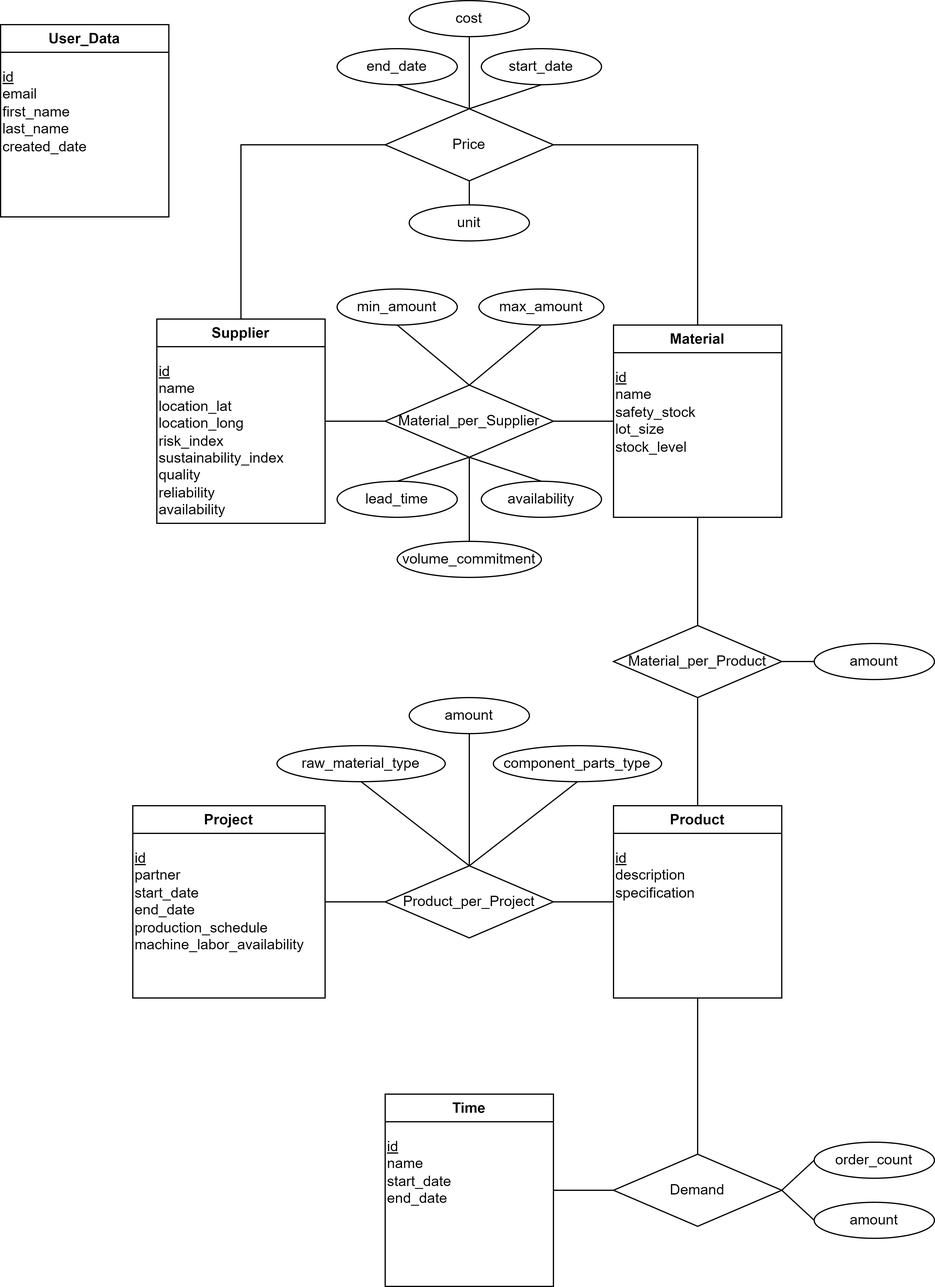
Earlier version of the draw.io export documentation/UML.drawio.png (DERBersk/batteryapi). Source tidied: cells renumbered, new cells last; positions are measured from the earlier drawing's top-left corner, leaving out a move shared by most shapes. Its diagram source:
```xml
<mxGraphModel>
  <root>
    <mxCell id="0" />
    <mxCell id="1" parent="0" />
    <mxCell id="2" value="Supplier" style="swimlane;whiteSpace=wrap;html=1;" parent="1" vertex="1">
      <mxGeometry x="130" y="265" width="140" height="170" as="geometry" />
    </mxCell>
    <mxCell id="3" value="&lt;u&gt;id&lt;br&gt;&lt;/u&gt;name&lt;br&gt;&lt;div style=&quot;&quot;&gt;&lt;span style=&quot;background-color: initial;&quot;&gt;location_lat&lt;/span&gt;&lt;/div&gt;&lt;div style=&quot;&quot;&gt;&lt;span style=&quot;background-color: initial;&quot;&gt;location_long&lt;/span&gt;&lt;/div&gt;&lt;div style=&quot;&quot;&gt;&lt;span style=&quot;background-color: initial;&quot;&gt;risk_index&lt;/span&gt;&lt;/div&gt;&lt;div style=&quot;&quot;&gt;&lt;span style=&quot;background-color: initial;&quot;&gt;sustainability_index&lt;/span&gt;&lt;/div&gt;&lt;div style=&quot;&quot;&gt;&lt;span style=&quot;background-color: initial;&quot;&gt;quality&lt;/span&gt;&lt;/div&gt;&lt;div style=&quot;&quot;&gt;&lt;span style=&quot;background-color: initial;&quot;&gt;reliability&lt;/span&gt;&lt;/div&gt;&lt;div style=&quot;&quot;&gt;&lt;span style=&quot;background-color: initial;&quot;&gt;availability&lt;/span&gt;&lt;/div&gt;" style="text;html=1;align=left;verticalAlign=top;strokeColor=none;fillColor=none;" parent="2" vertex="1">
      <mxGeometry y="30" width="130" height="140" as="geometry" />
    </mxCell>
    <mxCell id="4" value="Material" style="swimlane;whiteSpace=wrap;html=1;" parent="1" vertex="1">
      <mxGeometry x="510" y="270" width="140" height="160" as="geometry" />
    </mxCell>
    <mxCell id="5" value="&lt;u&gt;id&lt;br&gt;&lt;/u&gt;name&lt;br&gt;&lt;div style=&quot;&quot;&gt;safety_stock&lt;/div&gt;&lt;div style=&quot;&quot;&gt;lot_size&lt;/div&gt;&lt;div style=&quot;&quot;&gt;stock_level&lt;/div&gt;" style="text;html=1;align=left;verticalAlign=top;strokeColor=none;fillColor=none;" parent="4" vertex="1">
      <mxGeometry y="30" width="90" height="90" as="geometry" />
    </mxCell>
    <mxCell id="6" value="Product" style="swimlane;whiteSpace=wrap;html=1;" parent="1" vertex="1">
      <mxGeometry x="510" y="670" width="140" height="160" as="geometry" />
    </mxCell>
    <mxCell id="7" value="&lt;u&gt;id&lt;br&gt;&lt;/u&gt;description&lt;br&gt;specification" style="text;html=1;align=left;verticalAlign=top;strokeColor=none;fillColor=none;" parent="6" vertex="1">
      <mxGeometry y="30" width="90" height="60" as="geometry" />
    </mxCell>
    <mxCell id="8" value="Project" style="swimlane;whiteSpace=wrap;html=1;" parent="1" vertex="1">
      <mxGeometry x="110" y="670" width="160" height="160" as="geometry" />
    </mxCell>
    <mxCell id="9" value="&lt;u&gt;id&lt;br&gt;&lt;/u&gt;partner&lt;br&gt;start_date&lt;br&gt;end_date&lt;br&gt;production_schedule&lt;br&gt;machine_labor_availability" style="text;html=1;align=left;verticalAlign=top;strokeColor=none;fillColor=none;" parent="8" vertex="1">
      <mxGeometry y="30" width="160" height="100" as="geometry" />
    </mxCell>
    <mxCell id="10" value="Price" style="rhombus;whiteSpace=wrap;html=1;" parent="1" vertex="1">
      <mxGeometry x="320" y="90" width="140" height="60" as="geometry" />
    </mxCell>
    <mxCell id="11" value="Material_per_Supplier" style="rhombus;whiteSpace=wrap;html=1;" parent="1" vertex="1">
      <mxGeometry x="320" y="320" width="140" height="60" as="geometry" />
    </mxCell>
    <mxCell id="12" value="Material_per_Product" style="rhombus;whiteSpace=wrap;html=1;" parent="1" vertex="1">
      <mxGeometry x="510" y="520" width="140" height="60" as="geometry" />
    </mxCell>
    <mxCell id="13" value="Product_per_Project" style="rhombus;whiteSpace=wrap;html=1;" parent="1" vertex="1">
      <mxGeometry x="320" y="720" width="140" height="60" as="geometry" />
    </mxCell>
    <mxCell id="14" value="User_Data" style="swimlane;whiteSpace=wrap;html=1;" parent="1" vertex="1">
      <mxGeometry y="20" width="140" height="160" as="geometry" />
    </mxCell>
    <mxCell id="15" value="&lt;u&gt;id&lt;br&gt;&lt;/u&gt;email&lt;br&gt;first_name&lt;br&gt;last_name&lt;br&gt;created_date" style="text;html=1;align=left;verticalAlign=top;strokeColor=none;fillColor=none;" parent="14" vertex="1">
      <mxGeometry y="30" width="90" height="90" as="geometry" />
    </mxCell>
    <mxCell id="16" value="Time" style="swimlane;whiteSpace=wrap;html=1;" parent="1" vertex="1">
      <mxGeometry x="320" y="910" width="140" height="160" as="geometry" />
    </mxCell>
    <mxCell id="17" value="&lt;u&gt;id&lt;br&gt;&lt;/u&gt;name&lt;br&gt;start_date&lt;br&gt;end_date" style="text;html=1;align=left;verticalAlign=top;strokeColor=none;fillColor=none;" parent="16" vertex="1">
      <mxGeometry y="30" width="80" height="70" as="geometry" />
    </mxCell>
    <mxCell id="18" value="Demand" style="rhombus;whiteSpace=wrap;html=1;" parent="1" vertex="1">
      <mxGeometry x="510" y="960" width="140" height="60" as="geometry" />
    </mxCell>
    <mxCell id="19" style="endArrow=none;html=1;rounded=0;entryX=0;entryY=0.5;entryDx=0;entryDy=0;exitX=1;exitY=0.5;exitDx=0;exitDy=0;" parent="1" edge="1" source="8" target="13">
      <mxGeometry relative="1" as="geometry" />
    </mxCell>
    <mxCell id="20" style="endArrow=none;html=1;rounded=0;exitX=1;exitY=0.5;exitDx=0;exitDy=0;entryX=0;entryY=0.5;entryDx=0;entryDy=0;" parent="1" edge="1" source="13" target="6">
      <mxGeometry relative="1" as="geometry" />
    </mxCell>
    <mxCell id="21" style="endArrow=none;html=1;rounded=0;exitX=0.5;exitY=1;exitDx=0;exitDy=0;entryX=0.5;entryY=0;entryDx=0;entryDy=0;" parent="1" edge="1" source="6" target="18">
      <mxGeometry relative="1" as="geometry" />
    </mxCell>
    <mxCell id="22" style="endArrow=none;html=1;rounded=0;exitX=0;exitY=0.5;exitDx=0;exitDy=0;entryX=1;entryY=0.5;entryDx=0;entryDy=0;" parent="1" edge="1" source="18" target="16">
      <mxGeometry relative="1" as="geometry" />
    </mxCell>
    <mxCell id="23" style="endArrow=none;html=1;rounded=0;exitX=0.5;exitY=1;exitDx=0;exitDy=0;entryX=0.5;entryY=0;entryDx=0;entryDy=0;" parent="1" edge="1" source="12" target="6">
      <mxGeometry relative="1" as="geometry" />
    </mxCell>
    <mxCell id="24" style="endArrow=none;html=1;rounded=0;exitX=0.5;exitY=1;exitDx=0;exitDy=0;entryX=0.5;entryY=0;entryDx=0;entryDy=0;" parent="1" edge="1" source="4" target="12">
      <mxGeometry relative="1" as="geometry" />
    </mxCell>
    <mxCell id="25" style="endArrow=none;html=1;rounded=0;exitX=1;exitY=0.5;exitDx=0;exitDy=0;entryX=0;entryY=0.5;entryDx=0;entryDy=0;" parent="1" edge="1" source="11" target="4">
      <mxGeometry relative="1" as="geometry" />
    </mxCell>
    <mxCell id="26" style="endArrow=none;html=1;rounded=0;exitX=0;exitY=0.5;exitDx=0;exitDy=0;entryX=1;entryY=0.5;entryDx=0;entryDy=0;" parent="1" edge="1" source="11" target="2">
      <mxGeometry relative="1" as="geometry" />
    </mxCell>
    <mxCell id="27" style="endArrow=none;html=1;rounded=0;exitX=0;exitY=0.5;exitDx=0;exitDy=0;entryX=0.5;entryY=0;entryDx=0;entryDy=0;" parent="1" edge="1" source="10" target="2">
      <mxGeometry relative="1" as="geometry">
        <Array as="points">
          <mxPoint x="200" y="120" />
        </Array>
      </mxGeometry>
    </mxCell>
    <mxCell id="28" style="endArrow=none;html=1;rounded=0;exitX=0.5;exitY=0;exitDx=0;exitDy=0;entryX=1;entryY=0.5;entryDx=0;entryDy=0;" parent="1" edge="1" source="4" target="10">
      <mxGeometry relative="1" as="geometry">
        <Array as="points">
          <mxPoint x="580" y="120" />
        </Array>
      </mxGeometry>
    </mxCell>
    <mxCell id="29" value="lead_time" style="ellipse;whiteSpace=wrap;html=1;" parent="1" vertex="1">
      <mxGeometry x="280" y="400" width="100" height="30" as="geometry" />
    </mxCell>
    <mxCell id="30" value="availability" style="ellipse;whiteSpace=wrap;html=1;" parent="1" vertex="1">
      <mxGeometry x="400" y="400" width="100" height="30" as="geometry" />
    </mxCell>
    <mxCell id="31" style="endArrow=none;html=1;rounded=0;entryX=0.5;entryY=1;entryDx=0;entryDy=0;exitX=0.5;exitY=0;exitDx=0;exitDy=0;" parent="1" edge="1" source="29" target="11">
      <mxGeometry relative="1" as="geometry" />
    </mxCell>
    <mxCell id="32" style="endArrow=none;html=1;rounded=0;entryX=0.5;entryY=1;entryDx=0;entryDy=0;exitX=0.5;exitY=0;exitDx=0;exitDy=0;" parent="1" edge="1" source="30" target="11">
      <mxGeometry relative="1" as="geometry" />
    </mxCell>
    <mxCell id="33" value="amount" style="ellipse;whiteSpace=wrap;html=1;" parent="1" vertex="1">
      <mxGeometry x="677" y="535" width="100" height="30" as="geometry" />
    </mxCell>
    <mxCell id="34" style="endArrow=none;html=1;rounded=0;entryX=0;entryY=0.5;entryDx=0;entryDy=0;exitX=1;exitY=0.5;exitDx=0;exitDy=0;" parent="1" edge="1" source="12" target="33">
      <mxGeometry relative="1" as="geometry" />
    </mxCell>
    <mxCell id="35" style="endArrow=none;html=1;rounded=0;entryX=0.5;entryY=0;entryDx=0;entryDy=0;exitX=0.5;exitY=1;exitDx=0;exitDy=0;" parent="1" edge="1" source="36" target="10">
      <mxGeometry relative="1" as="geometry" />
    </mxCell>
    <mxCell id="36" value="start_date" style="ellipse;whiteSpace=wrap;html=1;" parent="1" vertex="1">
      <mxGeometry x="400" y="40" width="100" height="30" as="geometry" />
    </mxCell>
    <mxCell id="37" value="end_date" style="ellipse;whiteSpace=wrap;html=1;" parent="1" vertex="1">
      <mxGeometry x="280" y="40" width="100" height="30" as="geometry" />
    </mxCell>
    <mxCell id="38" value="cost" style="ellipse;whiteSpace=wrap;html=1;" parent="1" vertex="1">
      <mxGeometry x="340" width="100" height="30" as="geometry" />
    </mxCell>
    <mxCell id="39" style="endArrow=none;html=1;rounded=0;entryX=0.5;entryY=0;entryDx=0;entryDy=0;exitX=0.5;exitY=1;exitDx=0;exitDy=0;" parent="1" edge="1" source="38" target="10">
      <mxGeometry relative="1" as="geometry" />
    </mxCell>
    <mxCell id="40" style="endArrow=none;html=1;rounded=0;entryX=0.5;entryY=0;entryDx=0;entryDy=0;exitX=0.5;exitY=1;exitDx=0;exitDy=0;" parent="1" edge="1" source="37" target="10">
      <mxGeometry relative="1" as="geometry" />
    </mxCell>
    <mxCell id="41" style="edgeStyle=orthogonalEdgeStyle;rounded=0;jettySize=auto;html=1;exitX=0.5;exitY=1;exitDx=0;exitDy=0;entryX=0.5;entryY=0;entryDx=0;entryDy=0;endArrow=none;endFill=0;" parent="1" edge="1" source="42" target="13">
      <mxGeometry relative="1" as="geometry" />
    </mxCell>
    <mxCell id="42" value="amount" style="ellipse;whiteSpace=wrap;html=1;" parent="1" vertex="1">
      <mxGeometry x="340" y="580" width="100" height="30" as="geometry" />
    </mxCell>
    <mxCell id="43" value="amount" style="ellipse;whiteSpace=wrap;html=1;" parent="1" vertex="1">
      <mxGeometry x="677" y="1000" width="100" height="30" as="geometry" />
    </mxCell>
    <mxCell id="44" value="order_count" style="ellipse;whiteSpace=wrap;html=1;" parent="1" vertex="1">
      <mxGeometry x="677" y="950" width="100" height="30" as="geometry" />
    </mxCell>
    <mxCell id="45" style="endArrow=none;html=1;rounded=0;exitX=0;exitY=0.5;exitDx=0;exitDy=0;entryX=1;entryY=0.5;entryDx=0;entryDy=0;" parent="1" edge="1" source="44" target="18">
      <mxGeometry relative="1" as="geometry" />
    </mxCell>
    <mxCell id="46" style="endArrow=none;html=1;rounded=0;exitX=0;exitY=0.5;exitDx=0;exitDy=0;entryX=1;entryY=0.5;entryDx=0;entryDy=0;" parent="1" edge="1" source="43" target="18">
      <mxGeometry relative="1" as="geometry" />
    </mxCell>
    <mxCell id="47" value="raw_material_type" style="ellipse;whiteSpace=wrap;html=1;" parent="1" vertex="1">
      <mxGeometry x="230" y="620" width="140" height="30" as="geometry" />
    </mxCell>
    <mxCell id="48" value="component_parts_type" style="ellipse;whiteSpace=wrap;html=1;" parent="1" vertex="1">
      <mxGeometry x="410" y="620" width="140" height="30" as="geometry" />
    </mxCell>
    <mxCell id="49" style="endArrow=none;html=1;rounded=0;entryX=0.5;entryY=1;entryDx=0;entryDy=0;exitX=0.5;exitY=0;exitDx=0;exitDy=0;" parent="1" edge="1" source="13" target="48">
      <mxGeometry relative="1" as="geometry" />
    </mxCell>
    <mxCell id="50" style="endArrow=none;html=1;rounded=0;entryX=0.5;entryY=1;entryDx=0;entryDy=0;" parent="1" edge="1" target="47">
      <mxGeometry relative="1" as="geometry">
        <mxPoint x="390" y="720" as="sourcePoint" />
      </mxGeometry>
    </mxCell>
    <mxCell id="51" value="unit" style="ellipse;whiteSpace=wrap;html=1;" parent="1" vertex="1">
      <mxGeometry x="340" y="170" width="100" height="30" as="geometry" />
    </mxCell>
    <mxCell id="52" style="endArrow=none;html=1;rounded=0;exitX=0.5;exitY=0;exitDx=0;exitDy=0;" parent="1" edge="1" source="51">
      <mxGeometry relative="1" as="geometry">
        <mxPoint x="390" y="150" as="targetPoint" />
      </mxGeometry>
    </mxCell>
    <mxCell id="53" value="volume_commitment" style="ellipse;whiteSpace=wrap;html=1;" parent="1" vertex="1">
      <mxGeometry x="330" y="450" width="120" height="30" as="geometry" />
    </mxCell>
    <mxCell id="54" style="endArrow=none;html=1;rounded=0;entryX=0.5;entryY=1;entryDx=0;entryDy=0;exitX=0.5;exitY=0;exitDx=0;exitDy=0;" parent="1" edge="1" source="53" target="11">
      <mxGeometry relative="1" as="geometry" />
    </mxCell>
    <mxCell id="55" value="max_amount" style="ellipse;whiteSpace=wrap;html=1;" parent="1" vertex="1">
      <mxGeometry x="398" y="240" width="104" height="30" as="geometry" />
    </mxCell>
    <mxCell id="56" value="min_amount" style="ellipse;whiteSpace=wrap;html=1;" parent="1" vertex="1">
      <mxGeometry x="280" y="240" width="100" height="30" as="geometry" />
    </mxCell>
    <mxCell id="57" style="endArrow=none;html=1;rounded=0;exitX=0.5;exitY=0;exitDx=0;exitDy=0;entryX=0.5;entryY=1;entryDx=0;entryDy=0;" parent="1" edge="1" source="11" target="55">
      <mxGeometry relative="1" as="geometry" />
    </mxCell>
    <mxCell id="58" style="endArrow=none;html=1;rounded=0;entryX=0.5;entryY=1;entryDx=0;entryDy=0;" parent="1" edge="1" target="56">
      <mxGeometry relative="1" as="geometry">
        <mxPoint x="390" y="320" as="sourcePoint" />
      </mxGeometry>
    </mxCell>
  </root>
</mxGraphModel>
```
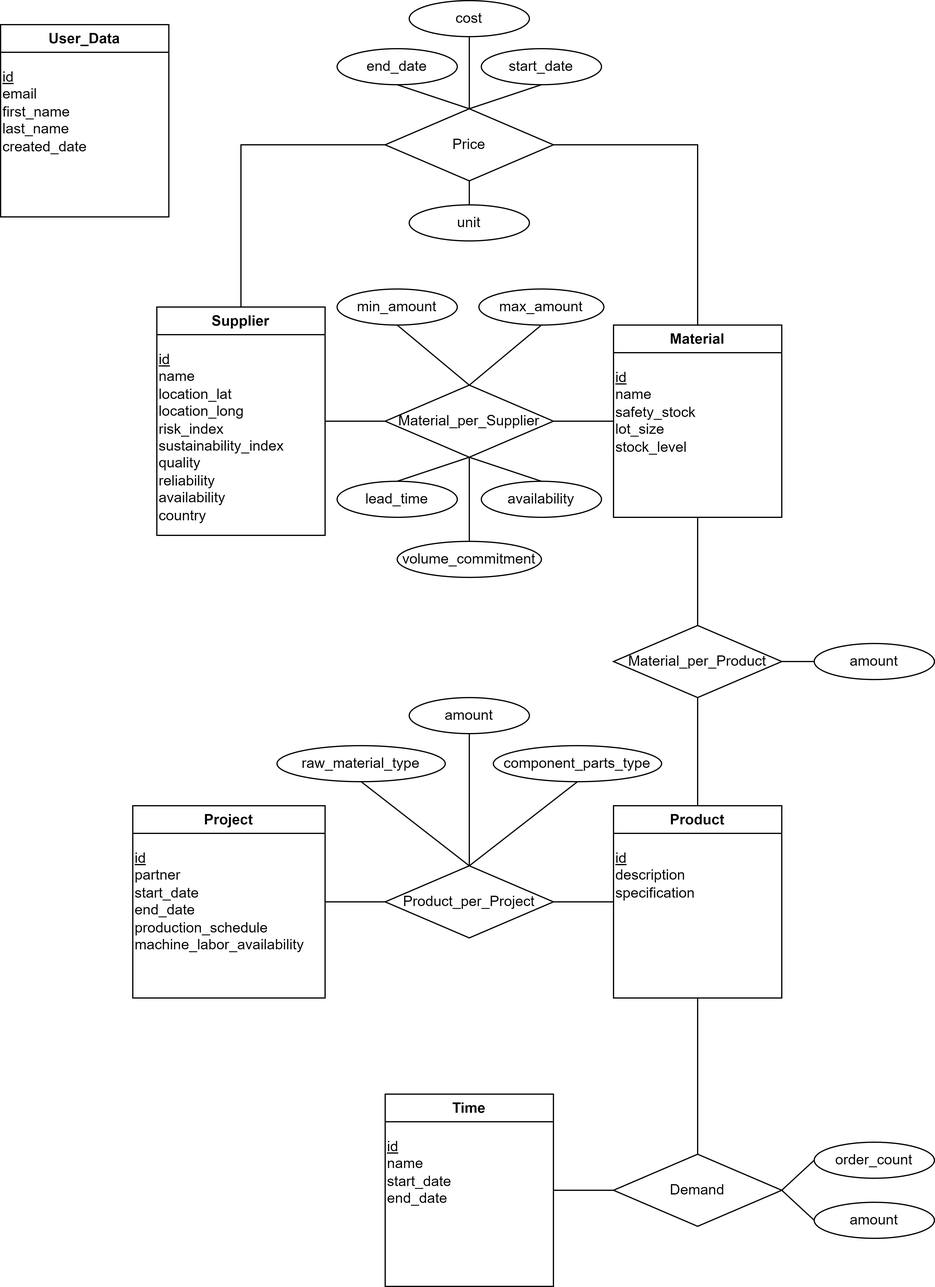
After the change.

Commit message:
Adding Country to supplier

What changed in the source:
```diff
@@ -3,10 +3,10 @@
     <mxCell id="0" />
     <mxCell id="1" parent="0" />
     <mxCell id="2" value="Supplier" style="swimlane;whiteSpace=wrap;html=1;" parent="1" vertex="1">
-      <mxGeometry x="130" y="265" width="140" height="170" as="geometry" />
+      <mxGeometry x="130" y="255" width="140" height="190" as="geometry" />
     </mxCell>
-    <mxCell id="3" value="&lt;u&gt;id&lt;br&gt;&lt;/u&gt;name&lt;br&gt;&lt;div style=&quot;&quot;&gt;&lt;span style=&quot;background-color: initial;&quot;&gt;location_lat&lt;/span&gt;&lt;/div&gt;&lt;div style=&quot;&quot;&gt;&lt;span style=&quot;background-color: initial;&quot;&gt;location_long&lt;/span&gt;&lt;/div&gt;&lt;div style=&quot;&quot;&gt;&lt;span style=&quot;background-color: initial;&quot;&gt;risk_index&lt;/span&gt;&lt;/div&gt;&lt;div style=&quot;&quot;&gt;&lt;span style=&quot;background-color: initial;&quot;&gt;sustainability_index&lt;/span&gt;&lt;/div&gt;&lt;div style=&quot;&quot;&gt;&lt;span style=&quot;background-color: initial;&quot;&gt;quality&lt;/span&gt;&lt;/div&gt;&lt;div style=&quot;&quot;&gt;&lt;span style=&quot;background-color: initial;&quot;&gt;reliability&lt;/span&gt;&lt;/div&gt;&lt;div style=&quot;&quot;&gt;&lt;span style=&quot;background-color: initial;&quot;&gt;availability&lt;/span&gt;&lt;/div&gt;" style="text;html=1;align=left;verticalAlign=top;strokeColor=none;fillColor=none;" parent="2" vertex="1">
-      <mxGeometry y="30" width="130" height="140" as="geometry" />
+    <mxCell id="3" value="&lt;u&gt;id&lt;br&gt;&lt;/u&gt;name&lt;br&gt;&lt;div style=&quot;&quot;&gt;&lt;span style=&quot;background-color: initial;&quot;&gt;location_lat&lt;/span&gt;&lt;/div&gt;&lt;div style=&quot;&quot;&gt;&lt;span style=&quot;background-color: initial;&quot;&gt;location_long&lt;/span&gt;&lt;/div&gt;&lt;div style=&quot;&quot;&gt;&lt;span style=&quot;background-color: initial;&quot;&gt;risk_index&lt;/span&gt;&lt;/div&gt;&lt;div style=&quot;&quot;&gt;&lt;span style=&quot;background-color: initial;&quot;&gt;sustainability_index&lt;/span&gt;&lt;/div&gt;&lt;div style=&quot;&quot;&gt;&lt;span style=&quot;background-color: initial;&quot;&gt;quality&lt;/span&gt;&lt;/div&gt;&lt;div style=&quot;&quot;&gt;&lt;span style=&quot;background-color: initial;&quot;&gt;reliability&lt;/span&gt;&lt;/div&gt;&lt;div style=&quot;&quot;&gt;&lt;span style=&quot;background-color: initial;&quot;&gt;availability&lt;/span&gt;&lt;/div&gt;&lt;div style=&quot;&quot;&gt;&lt;span style=&quot;background-color: initial;&quot;&gt;country&lt;/span&gt;&lt;/div&gt;" style="text;html=1;align=left;verticalAlign=top;strokeColor=none;fillColor=none;" parent="2" vertex="1">
+      <mxGeometry y="30" width="130" height="160" as="geometry" />
     </mxCell>
     <mxCell id="4" value="Material" style="swimlane;whiteSpace=wrap;html=1;" parent="1" vertex="1">
       <mxGeometry x="510" y="270" width="140" height="160" as="geometry" />
```
